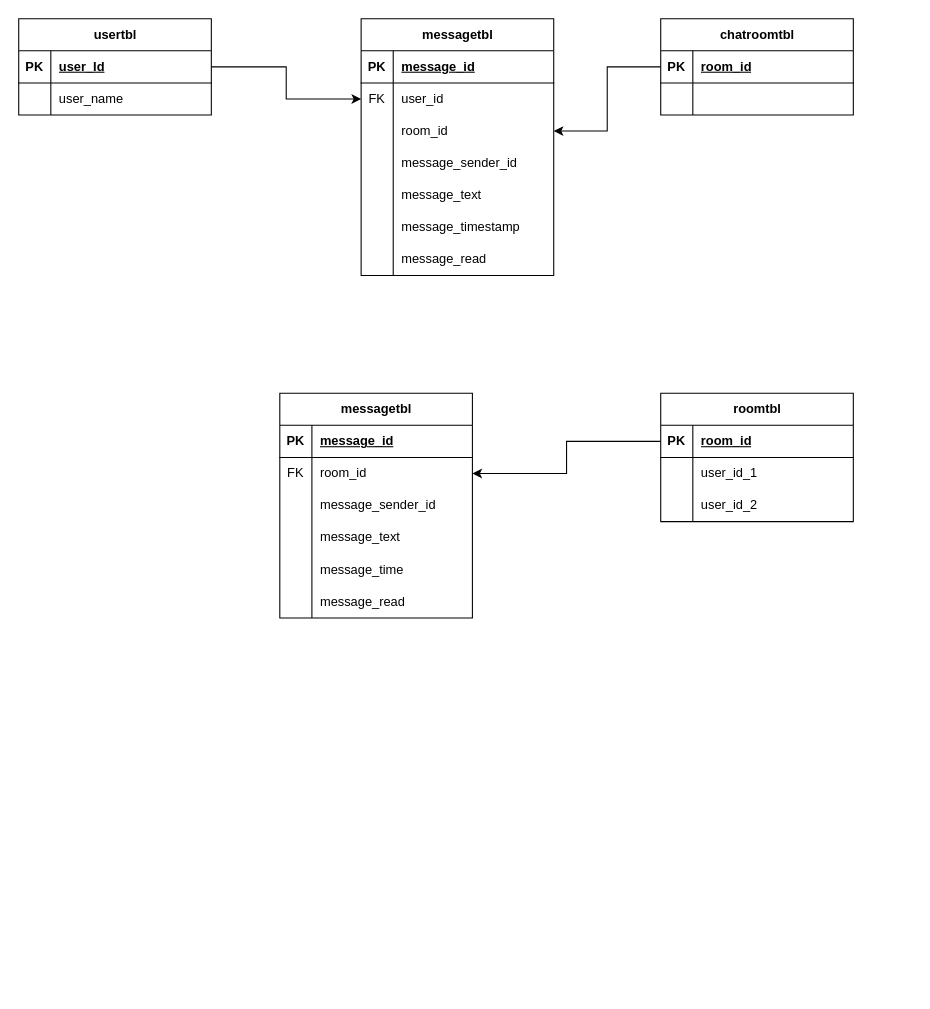
This is 채팅 클라이언트 DB.drawio from Hyunmin-Kwak-hub/neighbor21, a draw.io file, before an edit. Source tidied: cells renumbered, new cells numbered last; positions are measured from the earlier drawing's top-left corner, leaving out a move shared by most shapes. Both pictures are drawn from the tidied source at 107%, with x=0, y=0 at pixel (18, 18).
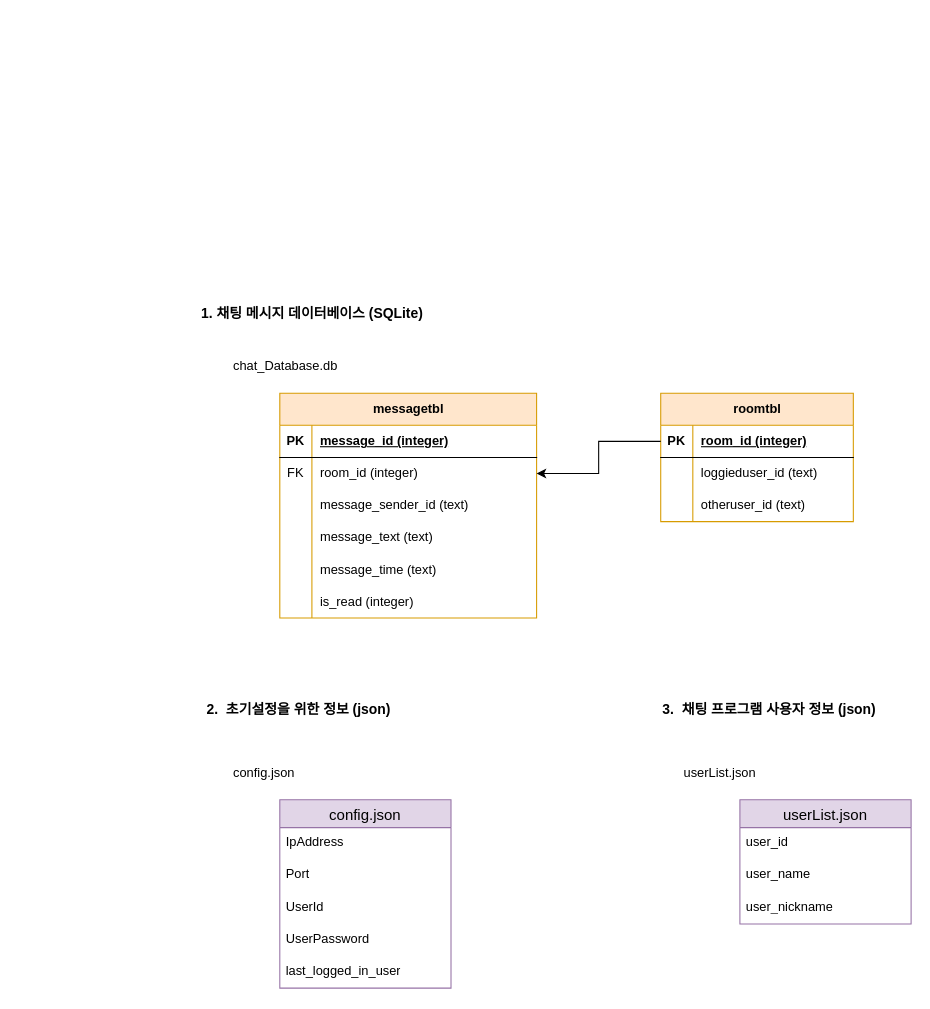
The same page after the edit.

Commit message:
채팅 클라이언트 DB.drawio 업데이트

Unchanged cells that the change refers to:
```xml
<mxCell id="60" style="shape=tableRow;horizontal=0;startSize=0;swimlaneHead=0;swimlaneBody=0;fillColor=none;points=[[0,0.5],[1,0.5]];portConstraint=eastwest;top=0;left=0;right=0;bottom=1;" parent="59" vertex="1">
  <mxGeometry y="30" width="180" height="30" as="geometry" />
</mxCell>
<mxCell id="63" style="shape=tableRow;horizontal=0;startSize=0;swimlaneHead=0;swimlaneBody=0;fillColor=none;top=0;left=0;right=0;bottom=0;" parent="59" vertex="1">
  <mxGeometry y="60" width="180" height="30" as="geometry" />
</mxCell>
<mxCell id="66" style="shape=tableRow;horizontal=0;startSize=0;swimlaneHead=0;swimlaneBody=0;fillColor=none;top=0;left=0;right=0;bottom=0;" parent="59" vertex="1">
  <mxGeometry y="90" width="180" height="30" as="geometry" />
</mxCell>
```

Diff of the diagram source:
```diff
@@
-    <mxCell id="2" value="messagetbl" style="shape=table;startSize=30;childLayout=tableLayout;rowLines=0;fontStyle=1;align=center;html=1;" parent="1" vertex="1">
-      <mxGeometry x="320" width="180" height="240" as="geometry" />
-    </mxCell>
-    <mxCell id="3" style="shape=tableRow;horizontal=0;startSize=0;swimlaneHead=0;swimlaneBody=0;fillColor=none;top=0;left=0;right=0;bottom=1;" parent="2" vertex="1">
-      <mxGeometry y="30" width="180" height="30" as="geometry" />
-    </mxCell>
-    <mxCell id="4" value="PK" style="shape=partialRectangle;fillColor=none;top=0;left=0;bottom=0;right=0;fontStyle=1;overflow=hidden;whiteSpace=wrap;html=1;" parent="3" vertex="1">
-      <mxGeometry width="30" height="30" as="geometry" />
-    </mxCell>
-    <mxCell id="5" value="message_id" style="shape=partialRectangle;fillColor=none;top=0;left=0;bottom=0;right=0;align=left;spacingLeft=6;fontStyle=5;overflow=hidden;whiteSpace=wrap;html=1;" parent="3" vertex="1">
-      <mxGeometry x="30" width="150" height="30" as="geometry" />
-    </mxCell>
-    <mxCell id="6" style="shape=tableRow;horizontal=0;startSize=0;swimlaneHead=0;swimlaneBody=0;fillColor=none;points=[[0,0.5],[1,0.5]];portConstraint=eastwest;top=0;left=0;right=0;bottom=0;" parent="2" vertex="1">
-      <mxGeometry y="60" width="180" height="30" as="geometry" />
-    </mxCell>
-    <mxCell id="7" value="FK" style="shape=partialRectangle;fillColor=none;top=0;left=0;bottom=0;right=0;overflow=hidden;whiteSpace=wrap;html=1;" parent="6" vertex="1">
-      <mxGeometry width="30" height="30" as="geometry" />
-    </mxCell>
-    <mxCell id="8" value="user_id" style="shape=partialRectangle;fillColor=none;top=0;left=0;bottom=0;right=0;align=left;spacingLeft=6;overflow=hidden;whiteSpace=wrap;html=1;" parent="6" vertex="1">
-      <mxGeometry x="30" width="150" height="30" as="geometry" />
-    </mxCell>
-    <mxCell id="9" style="shape=tableRow;horizontal=0;startSize=0;swimlaneHead=0;swimlaneBody=0;fillColor=none;points=[[0,0.5],[1,0.5]];portConstraint=eastwest;top=0;left=0;right=0;bottom=0;" parent="2" vertex="1">
-      <mxGeometry y="90" width="180" height="30" as="geometry" />
-    </mxCell>
-    <mxCell id="10" style="shape=partialRectangle;fillColor=none;top=0;left=0;bottom=0;right=0;overflow=hidden;whiteSpace=wrap;html=1;" parent="9" vertex="1">
-      <mxGeometry width="30" height="30" as="geometry" />
-    </mxCell>
-    <mxCell id="11" value="room_id" style="shape=partialRectangle;fillColor=none;top=0;left=0;bottom=0;right=0;align=left;spacingLeft=6;overflow=hidden;whiteSpace=wrap;html=1;" parent="9" vertex="1">
-      <mxGeometry x="30" width="150" height="30" as="geometry" />
-    </mxCell>
-    <mxCell id="12" style="shape=tableRow;horizontal=0;startSize=0;swimlaneHead=0;swimlaneBody=0;fillColor=none;top=0;left=0;right=0;bottom=0;" parent="2" vertex="1">
-      <mxGeometry y="120" width="180" height="30" as="geometry" />
-    </mxCell>
-    <mxCell id="13" style="shape=partialRectangle;fillColor=none;top=0;left=0;bottom=0;right=0;overflow=hidden;whiteSpace=wrap;html=1;" parent="12" vertex="1">
-      <mxGeometry width="30" height="30" as="geometry" />
-    </mxCell>
-    <mxCell id="14" value="message_sender_id" style="shape=partialRectangle;fillColor=none;top=0;left=0;bottom=0;right=0;align=left;spacingLeft=6;overflow=hidden;whiteSpace=wrap;html=1;" parent="12" vertex="1">
-      <mxGeometry x="30" width="150" height="30" as="geometry" />
-    </mxCell>
-    <mxCell id="15" style="shape=tableRow;horizontal=0;startSize=0;swimlaneHead=0;swimlaneBody=0;fillColor=none;top=0;left=0;right=0;bottom=0;" parent="2" vertex="1">
-      <mxGeometry y="150" width="180" height="30" as="geometry" />
-    </mxCell>
-    <mxCell id="16" style="shape=partialRectangle;fillColor=none;top=0;left=0;bottom=0;right=0;overflow=hidden;whiteSpace=wrap;html=1;" parent="15" vertex="1">
-      <mxGeometry width="30" height="30" as="geometry" />
-    </mxCell>
-    <mxCell id="17" value="message_text" style="shape=partialRectangle;fillColor=none;top=0;left=0;bottom=0;right=0;align=left;spacingLeft=6;overflow=hidden;whiteSpace=wrap;html=1;" parent="15" vertex="1">
-      <mxGeometry x="30" width="150" height="30" as="geometry" />
-    </mxCell>
-    <mxCell id="18" style="shape=tableRow;horizontal=0;startSize=0;swimlaneHead=0;swimlaneBody=0;fillColor=none;top=0;left=0;right=0;bottom=0;" parent="2" vertex="1">
-      <mxGeometry y="180" width="180" height="30" as="geometry" />
-    </mxCell>
-    <mxCell id="19" style="shape=partialRectangle;fillColor=none;top=0;left=0;bottom=0;right=0;overflow=hidden;whiteSpace=wrap;html=1;" parent="18" vertex="1">
-      <mxGeometry width="30" height="30" as="geometry" />
-    </mxCell>
-    <mxCell id="20" value="message_timestamp" style="shape=partialRectangle;fillColor=none;top=0;left=0;bottom=0;right=0;align=left;spacingLeft=6;overflow=hidden;whiteSpace=wrap;html=1;" parent="18" vertex="1">
-      <mxGeometry x="30" width="150" height="30" as="geometry" />
-    </mxCell>
-    <mxCell id="21" style="shape=tableRow;horizontal=0;startSize=0;swimlaneHead=0;swimlaneBody=0;fillColor=none;top=0;left=0;right=0;bottom=0;" parent="2" vertex="1">
-      <mxGeometry y="210" width="180" height="30" as="geometry" />
-    </mxCell>
-    <mxCell id="22" style="shape=partialRectangle;fillColor=none;top=0;left=0;bottom=0;right=0;overflow=hidden;whiteSpace=wrap;html=1;" parent="21" vertex="1">
-      <mxGeometry width="30" height="30" as="geometry" />
-    </mxCell>
-    <mxCell id="23" value="message_read" style="shape=partialRectangle;fillColor=none;top=0;left=0;bottom=0;right=0;align=left;spacingLeft=6;overflow=hidden;whiteSpace=wrap;html=1;" parent="21" vertex="1">
-      <mxGeometry x="30" width="150" height="30" as="geometry" />
-    </mxCell>
-    <mxCell id="24" value="usertbl" style="shape=table;startSize=30;childLayout=tableLayout;rowLines=0;fontStyle=1;align=center;html=1;" parent="1" vertex="1">
-      <mxGeometry width="180" height="90" as="geometry" />
-    </mxCell>
-    <mxCell id="25" style="shape=tableRow;horizontal=0;startSize=0;swimlaneHead=0;swimlaneBody=0;fillColor=none;points=[[0,0.5],[1,0.5]];portConstraint=eastwest;top=0;left=0;right=0;bottom=1;" parent="24" vertex="1">
-      <mxGeometry y="30" width="180" height="30" as="geometry" />
-    </mxCell>
-    <mxCell id="26" value="PK" style="shape=partialRectangle;fillColor=none;top=0;left=0;bottom=0;right=0;fontStyle=1;overflow=hidden;whiteSpace=wrap;html=1;" parent="25" vertex="1">
-      <mxGeometry width="30" height="30" as="geometry" />
-    </mxCell>
-    <mxCell id="27" value="user_Id" style="shape=partialRectangle;fillColor=none;top=0;left=0;bottom=0;right=0;align=left;spacingLeft=6;fontStyle=5;overflow=hidden;whiteSpace=wrap;html=1;" parent="25" vertex="1">
-      <mxGeometry x="30" width="150" height="30" as="geometry" />
-    </mxCell>
-    <mxCell id="28" style="shape=tableRow;horizontal=0;startSize=0;swimlaneHead=0;swimlaneBody=0;fillColor=none;top=0;left=0;right=0;bottom=0;" parent="24" vertex="1">
-      <mxGeometry y="60" width="180" height="30" as="geometry" />
-    </mxCell>
-    <mxCell id="29" style="shape=partialRectangle;fillColor=none;top=0;left=0;bottom=0;right=0;overflow=hidden;whiteSpace=wrap;html=1;" parent="28" vertex="1">
-      <mxGeometry width="30" height="30" as="geometry" />
-    </mxCell>
-    <mxCell id="30" value="user_name" style="shape=partialRectangle;fillColor=none;top=0;left=0;bottom=0;right=0;align=left;spacingLeft=6;overflow=hidden;whiteSpace=wrap;html=1;" parent="28" vertex="1">
-      <mxGeometry x="30" width="150" height="30" as="geometry" />
-    </mxCell>
-    <mxCell id="31" style="edgeStyle=orthogonalEdgeStyle;rounded=0;jettySize=auto;html=1;exitX=1;exitY=0.5;exitDx=0;exitDy=0;entryX=0;entryY=0.5;entryDx=0;entryDy=0;" parent="1" edge="1" source="25" target="6">
-      <mxGeometry relative="1" as="geometry" />
-    </mxCell>
-    <mxCell id="32" value="chatroomtbl" style="shape=table;startSize=30;childLayout=tableLayout;rowLines=0;fontStyle=1;align=center;html=1;" parent="1" vertex="1">
-      <mxGeometry x="600" width="180" height="90" as="geometry" />
-    </mxCell>
-    <mxCell id="33" style="shape=tableRow;horizontal=0;startSize=0;swimlaneHead=0;swimlaneBody=0;fillColor=none;points=[[0,0.5],[1,0.5]];portConstraint=eastwest;top=0;left=0;right=0;bottom=1;" parent="32" vertex="1">
-      <mxGeometry y="30" width="180" height="30" as="geometry" />
-    </mxCell>
-    <mxCell id="34" value="PK" style="shape=partialRectangle;fillColor=none;top=0;left=0;bottom=0;right=0;fontStyle=1;overflow=hidden;whiteSpace=wrap;html=1;" parent="33" vertex="1">
-      <mxGeometry width="30" height="30" as="geometry" />
-    </mxCell>
-    <mxCell id="35" value="room_id" style="shape=partialRectangle;fillColor=none;top=0;left=0;bottom=0;right=0;align=left;spacingLeft=6;fontStyle=5;overflow=hidden;whiteSpace=wrap;html=1;" parent="33" vertex="1">
-      <mxGeometry x="30" width="150" height="30" as="geometry" />
-    </mxCell>
-    <mxCell id="36" style="shape=tableRow;horizontal=0;startSize=0;swimlaneHead=0;swimlaneBody=0;fillColor=none;top=0;left=0;right=0;bottom=0;" parent="32" vertex="1">
-      <mxGeometry y="60" width="180" height="30" as="geometry" />
-    </mxCell>
-    <mxCell id="37" style="shape=partialRectangle;fillColor=none;top=0;left=0;bottom=0;right=0;overflow=hidden;whiteSpace=wrap;html=1;" parent="36" vertex="1">
-      <mxGeometry width="30" height="30" as="geometry" />
-    </mxCell>
-    <mxCell id="38" style="shape=partialRectangle;fillColor=none;top=0;left=0;bottom=0;right=0;align=left;spacingLeft=6;overflow=hidden;whiteSpace=wrap;html=1;" parent="36" vertex="1">
-      <mxGeometry x="30" width="150" height="30" as="geometry" />
-    </mxCell>
-    <mxCell id="39" style="edgeStyle=orthogonalEdgeStyle;rounded=0;jettySize=auto;html=1;exitX=0;exitY=0.5;exitDx=0;exitDy=0;entryX=1;entryY=0.5;entryDx=0;entryDy=0;" parent="1" edge="1" source="33" target="9">
-      <mxGeometry relative="1" as="geometry" />
-    </mxCell>
-    <mxCell id="40" value="messagetbl" style="shape=table;startSize=30;childLayout=tableLayout;rowLines=0;fontStyle=1;align=center;html=1;" parent="1" vertex="1">
-      <mxGeometry x="244" y="350" width="180" height="210" as="geometry" />
+    <mxCell id="40" value="messagetbl" style="shape=table;startSize=30;childLayout=tableLayout;rowLines=0;fontStyle=1;align=center;html=1;fillColor=#ffe6cc;strokeColor=#d79b00;" parent="1" vertex="1">
+      <mxGeometry x="244" y="350" width="240" height="210" as="geometry" />
     </mxCell>
     <mxCell id="41" style="shape=tableRow;horizontal=0;startSize=0;swimlaneHead=0;swimlaneBody=0;fillColor=none;top=0;left=0;right=0;bottom=1;" parent="40" vertex="1">
-      <mxGeometry y="30" width="180" height="30" as="geometry" />
+      <mxGeometry y="30" width="240" height="30" as="geometry" />
     </mxCell>
@@
-    <mxCell id="43" value="message_id" style="shape=partialRectangle;fillColor=none;top=0;left=0;bottom=0;right=0;align=left;spacingLeft=6;fontStyle=5;overflow=hidden;whiteSpace=wrap;html=1;" parent="41" vertex="1">
-      <mxGeometry x="30" width="150" height="30" as="geometry" />
+    <mxCell id="43" value="message_id (integer)" style="shape=partialRectangle;fillColor=none;top=0;left=0;bottom=0;right=0;align=left;spacingLeft=6;fontStyle=5;overflow=hidden;whiteSpace=wrap;html=1;" parent="41" vertex="1">
+      <mxGeometry x="30" width="210" height="30" as="geometry" />
     </mxCell>
     <mxCell id="44" style="shape=tableRow;horizontal=0;startSize=0;swimlaneHead=0;swimlaneBody=0;fillColor=none;points=[[0,0.5],[1,0.5]];portConstraint=eastwest;top=0;left=0;right=0;bottom=0;" parent="40" vertex="1">
-      <mxGeometry y="60" width="180" height="30" as="geometry" />
+      <mxGeometry y="60" width="240" height="30" as="geometry" />
     </mxCell>
@@
-    <mxCell id="46" value="room_id" style="shape=partialRectangle;fillColor=none;top=0;left=0;bottom=0;right=0;align=left;spacingLeft=6;overflow=hidden;whiteSpace=wrap;html=1;" parent="44" vertex="1">
-      <mxGeometry x="30" width="150" height="30" as="geometry" />
+    <mxCell id="46" value="room_id (integer)" style="shape=partialRectangle;fillColor=none;top=0;left=0;bottom=0;right=0;align=left;spacingLeft=6;overflow=hidden;whiteSpace=wrap;html=1;" parent="44" vertex="1">
+      <mxGeometry x="30" width="210" height="30" as="geometry" />
     </mxCell>
     <mxCell id="47" style="shape=tableRow;horizontal=0;startSize=0;swimlaneHead=0;swimlaneBody=0;fillColor=none;top=0;left=0;right=0;bottom=0;" parent="40" vertex="1">
-      <mxGeometry y="90" width="180" height="30" as="geometry" />
+      <mxGeometry y="90" width="240" height="30" as="geometry" />
     </mxCell>
@@
-    <mxCell id="49" value="message_sender_id" style="shape=partialRectangle;fillColor=none;top=0;left=0;bottom=0;right=0;align=left;spacingLeft=6;overflow=hidden;whiteSpace=wrap;html=1;" parent="47" vertex="1">
-      <mxGeometry x="30" width="150" height="30" as="geometry" />
+    <mxCell id="49" value="message_sender_id (text)" style="shape=partialRectangle;fillColor=none;top=0;left=0;bottom=0;right=0;align=left;spacingLeft=6;overflow=hidden;whiteSpace=wrap;html=1;" parent="47" vertex="1">
+      <mxGeometry x="30" width="210" height="30" as="geometry" />
     </mxCell>
     <mxCell id="50" style="shape=tableRow;horizontal=0;startSize=0;swimlaneHead=0;swimlaneBody=0;fillColor=none;top=0;left=0;right=0;bottom=0;" parent="40" vertex="1">
-      <mxGeometry y="120" width="180" height="30" as="geometry" />
+      <mxGeometry y="120" width="240" height="30" as="geometry" />
     </mxCell>
@@
-    <mxCell id="52" value="message_text" style="shape=partialRectangle;fillColor=none;top=0;left=0;bottom=0;right=0;align=left;spacingLeft=6;overflow=hidden;whiteSpace=wrap;html=1;" parent="50" vertex="1">
-      <mxGeometry x="30" width="150" height="30" as="geometry" />
+    <mxCell id="52" value="message_text (text)" style="shape=partialRectangle;fillColor=none;top=0;left=0;bottom=0;right=0;align=left;spacingLeft=6;overflow=hidden;whiteSpace=wrap;html=1;" parent="50" vertex="1">
+      <mxGeometry x="30" width="210" height="30" as="geometry" />
     </mxCell>
     <mxCell id="53" style="shape=tableRow;horizontal=0;startSize=0;swimlaneHead=0;swimlaneBody=0;fillColor=none;top=0;left=0;right=0;bottom=0;" parent="40" vertex="1">
-      <mxGeometry y="150" width="180" height="30" as="geometry" />
+      <mxGeometry y="150" width="240" height="30" as="geometry" />
     </mxCell>
@@
-    <mxCell id="55" value="message_time" style="shape=partialRectangle;fillColor=none;top=0;left=0;bottom=0;right=0;align=left;spacingLeft=6;overflow=hidden;whiteSpace=wrap;html=1;" parent="53" vertex="1">
-      <mxGeometry x="30" width="150" height="30" as="geometry" />
+    <mxCell id="55" value="message_time (text)" style="shape=partialRectangle;fillColor=none;top=0;left=0;bottom=0;right=0;align=left;spacingLeft=6;overflow=hidden;whiteSpace=wrap;html=1;" parent="53" vertex="1">
+      <mxGeometry x="30" width="210" height="30" as="geometry" />
     </mxCell>
     <mxCell id="56" style="shape=tableRow;horizontal=0;startSize=0;swimlaneHead=0;swimlaneBody=0;fillColor=none;top=0;left=0;right=0;bottom=0;" parent="40" vertex="1">
-      <mxGeometry y="180" width="180" height="30" as="geometry" />
+      <mxGeometry y="180" width="240" height="30" as="geometry" />
     </mxCell>
@@
-    <mxCell id="58" value="message_read" style="shape=partialRectangle;fillColor=none;top=0;left=0;bottom=0;right=0;align=left;spacingLeft=6;overflow=hidden;whiteSpace=wrap;html=1;" parent="56" vertex="1">
-      <mxGeometry x="30" width="150" height="30" as="geometry" />
+    <mxCell id="58" value="is_read (integer)" style="shape=partialRectangle;fillColor=none;top=0;left=0;bottom=0;right=0;align=left;spacingLeft=6;overflow=hidden;whiteSpace=wrap;html=1;" parent="56" vertex="1">
+      <mxGeometry x="30" width="210" height="30" as="geometry" />
     </mxCell>
-    <mxCell id="59" value="roomtbl" style="shape=table;startSize=30;childLayout=tableLayout;rowLines=0;fontStyle=1;align=center;html=1;" parent="1" vertex="1">
+    <mxCell id="59" value="roomtbl" style="shape=table;startSize=30;childLayout=tableLayout;rowLines=0;fontStyle=1;align=center;html=1;fillColor=#ffe6cc;strokeColor=#d79b00;" parent="1" vertex="1">
       <mxGeometry x="600" y="350" width="180" height="120" as="geometry" />
     </mxCell>
@@
-    <mxCell id="62" value="room_id" style="shape=partialRectangle;fillColor=none;top=0;left=0;bottom=0;right=0;align=left;spacingLeft=6;fontStyle=5;overflow=hidden;whiteSpace=wrap;html=1;" parent="60" vertex="1">
+    <mxCell id="62" value="room_id (integer)" style="shape=partialRectangle;fillColor=none;top=0;left=0;bottom=0;right=0;align=left;spacingLeft=6;fontStyle=5;overflow=hidden;whiteSpace=wrap;html=1;" parent="60" vertex="1">
       <mxGeometry x="30" width="150" height="30" as="geometry" />
     </mxCell>
@@
-    <mxCell id="65" value="user_id_1" style="shape=partialRectangle;fillColor=none;top=0;left=0;bottom=0;right=0;align=left;spacingLeft=6;overflow=hidden;whiteSpace=wrap;html=1;" parent="63" vertex="1">
+    <mxCell id="65" value="loggieduser_id (text)" style="shape=partialRectangle;fillColor=none;top=0;left=0;bottom=0;right=0;align=left;spacingLeft=6;overflow=hidden;whiteSpace=wrap;html=1;" parent="63" vertex="1">
       <mxGeometry x="30" width="150" height="30" as="geometry" />
     </mxCell>
@@
-    <mxCell id="68" value="user_id_2" style="shape=partialRectangle;fillColor=none;top=0;left=0;bottom=0;right=0;align=left;spacingLeft=6;overflow=hidden;whiteSpace=wrap;html=1;" parent="66" vertex="1">
+    <mxCell id="68" value="otheruser_id (text)" style="shape=partialRectangle;fillColor=none;top=0;left=0;bottom=0;right=0;align=left;spacingLeft=6;overflow=hidden;whiteSpace=wrap;html=1;" parent="66" vertex="1">
       <mxGeometry x="30" width="150" height="30" as="geometry" />
     </mxCell>
@@
+    <mxCell id="70" value="chat_Database.db" style="text;html=1;align=center;verticalAlign=middle;strokeColor=none;fillColor=none;" parent="1" vertex="1">
+      <mxGeometry x="189" y="310" width="120" height="30" as="geometry" />
+    </mxCell>
+    <mxCell id="71" value="1. 채팅 메시지 데이터베이스 (SQLite)" style="text;html=1;align=center;verticalAlign=middle;strokeColor=none;fillColor=none;fontStyle=1;fontSize=13;" parent="1" vertex="1">
+      <mxGeometry x="154" y="260" width="240" height="30" as="geometry" />
+    </mxCell>
+    <mxCell id="72" value="2.&amp;nbsp; 초기설정을 위한 정보 (json)" style="text;html=1;align=left;verticalAlign=middle;strokeColor=none;fillColor=none;fontStyle=1;fontSize=13;" parent="1" vertex="1">
+      <mxGeometry x="174" y="630" width="200" height="30" as="geometry" />
+    </mxCell>
+    <mxCell id="73" value="config.json" style="text;html=1;align=center;verticalAlign=middle;strokeColor=none;fillColor=none;" parent="1" vertex="1">
+      <mxGeometry x="189" y="690" width="80" height="30" as="geometry" />
+    </mxCell>
+    <mxCell id="74" value="config.json" style="swimlane;fontStyle=0;horizontal=1;startSize=26;align=center;fontSize=14;fillColor=#e1d5e7;strokeColor=#9673a6;" parent="1" vertex="1">
+      <mxGeometry x="244" y="730" width="160" height="176" as="geometry" />
+    </mxCell>
+    <mxCell id="75" value="IpAddress" style="text;strokeColor=none;fillColor=none;spacingLeft=4;spacingRight=4;overflow=hidden;fontSize=12;whiteSpace=wrap;html=1;" parent="74" vertex="1">
+      <mxGeometry y="26" width="160" height="30" as="geometry" />
+    </mxCell>
+    <mxCell id="76" value="Port" style="text;strokeColor=none;fillColor=none;spacingLeft=4;spacingRight=4;overflow=hidden;fontSize=12;whiteSpace=wrap;html=1;" parent="74" vertex="1">
+      <mxGeometry y="56" width="160" height="30" as="geometry" />
+    </mxCell>
+    <mxCell id="77" value="UserId" style="text;strokeColor=none;fillColor=none;spacingLeft=4;spacingRight=4;overflow=hidden;fontSize=12;whiteSpace=wrap;html=1;" parent="74" vertex="1">
+      <mxGeometry y="86" width="160" height="30" as="geometry" />
+    </mxCell>
+    <mxCell id="78" value="UserPassword" style="text;strokeColor=none;fillColor=none;spacingLeft=4;spacingRight=4;overflow=hidden;fontSize=12;whiteSpace=wrap;html=1;" parent="74" vertex="1">
+      <mxGeometry y="116" width="160" height="30" as="geometry" />
+    </mxCell>
+    <mxCell id="79" value="last_logged_in_user" style="text;strokeColor=none;fillColor=none;spacingLeft=4;spacingRight=4;overflow=hidden;fontSize=12;whiteSpace=wrap;html=1;" parent="74" vertex="1">
+      <mxGeometry y="146" width="160" height="30" as="geometry" />
+    </mxCell>
+    <mxCell id="80" value="3.&amp;nbsp; 채팅 프로그램 사용자 정보 (json)" style="text;html=1;align=left;verticalAlign=middle;strokeColor=none;fillColor=none;fontStyle=1;fontSize=13;" parent="1" vertex="1">
+      <mxGeometry x="600" y="630" width="230" height="30" as="geometry" />
+    </mxCell>
+    <mxCell id="81" value="userList.json" style="text;html=1;align=center;verticalAlign=middle;strokeColor=none;fillColor=none;" parent="1" vertex="1">
+      <mxGeometry x="610" y="690" width="90" height="30" as="geometry" />
+    </mxCell>
+    <mxCell id="82" value="userList.json" style="swimlane;fontStyle=0;horizontal=1;startSize=26;align=center;fontSize=14;fillColor=#e1d5e7;strokeColor=#9673a6;" parent="1" vertex="1">
+      <mxGeometry x="674" y="730" width="160" height="116" as="geometry" />
+    </mxCell>
+    <mxCell id="8" value="user_id" style="text;strokeColor=none;fillColor=none;spacingLeft=4;spacingRight=4;overflow=hidden;fontSize=12;whiteSpace=wrap;html=1;" parent="82" vertex="1">
+      <mxGeometry y="26" width="160" height="30" as="geometry" />
+    </mxCell>
+    <mxCell id="30" value="user_name" style="text;strokeColor=none;fillColor=none;spacingLeft=4;spacingRight=4;overflow=hidden;fontSize=12;whiteSpace=wrap;html=1;" parent="82" vertex="1">
+      <mxGeometry y="56" width="160" height="30" as="geometry" />
+    </mxCell>
+    <mxCell id="83" value="user_nickname" style="text;strokeColor=none;fillColor=none;spacingLeft=4;spacingRight=4;overflow=hidden;fontSize=12;whiteSpace=wrap;html=1;" parent="82" vertex="1">
+      <mxGeometry y="86" width="160" height="30" as="geometry" />
+    </mxCell>
```
